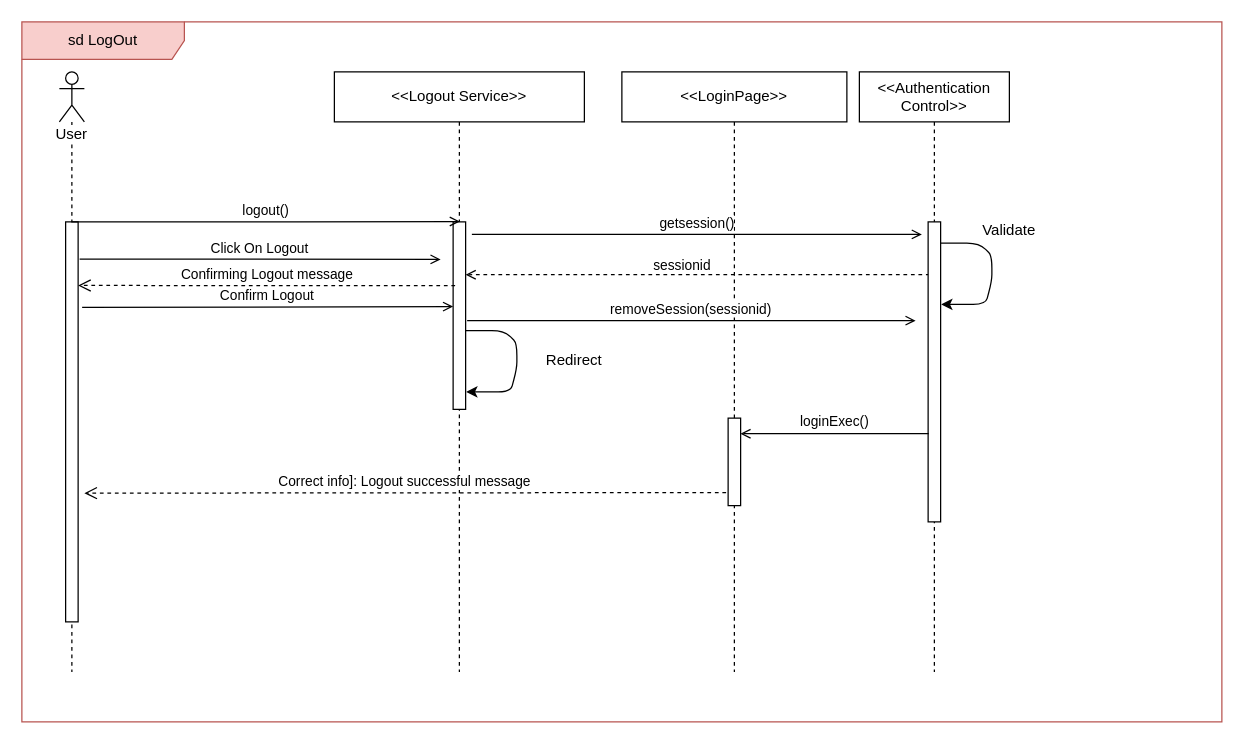
Above: page "LogOut-SD" (2 of 22) of SequenceDiagram/Middleware_CarBaMaSequenceDiagram.drawio in MelvinMo/CarBaMa_Automotive-Sale-Application (draw.io), before the change. Source tidied: cells renumbered, new cells numbered last; positions are measured from the earlier drawing's top-left corner, leaving out a move shared by most shapes. Both pictures are drawn from the tidied source at 125%, with x=0, y=0 at pixel (21, 21).
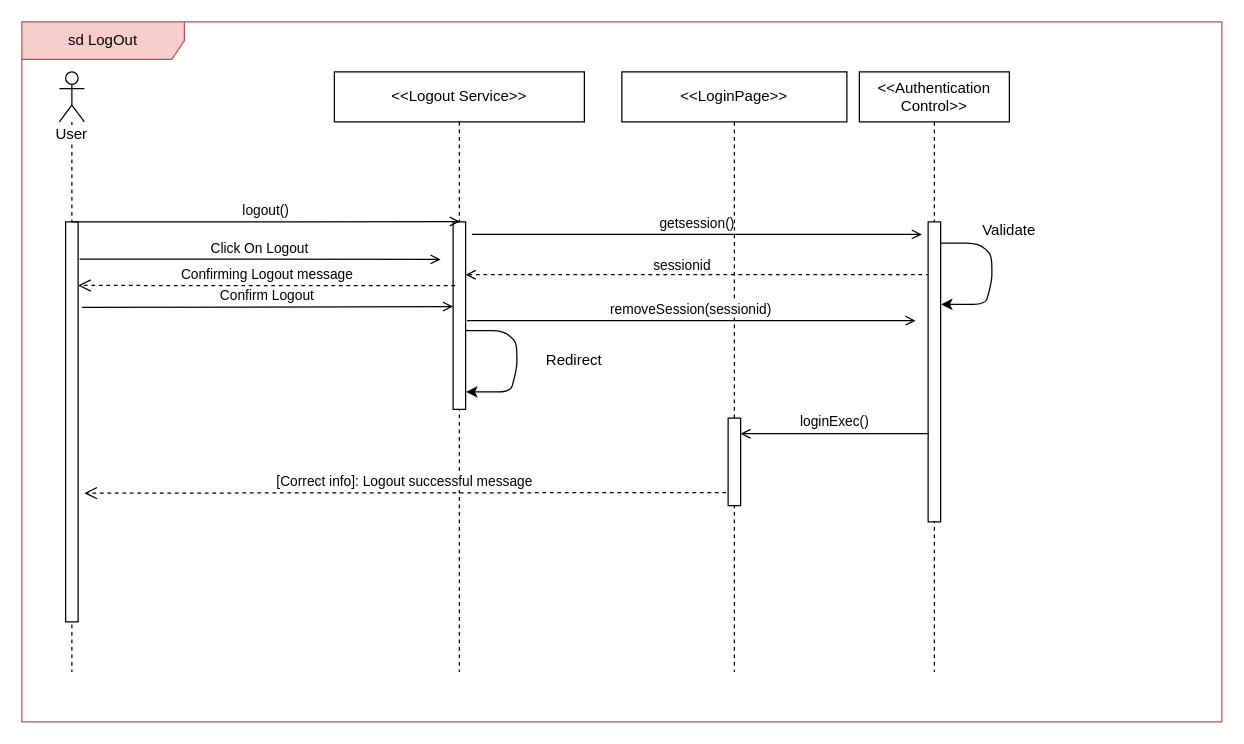
After the change.

Unchanged cells that the change refers to:
```xml
<mxCell id="5" value="&amp;lt;&amp;lt;Logout Service&amp;gt;&amp;gt;" style="shape=umlLifeline;perimeter=lifelinePerimeter;whiteSpace=wrap;html=1;" parent="1" vertex="1">
  <mxGeometry x="250" y="40" width="200" height="480" as="geometry" />
</mxCell>
<mxCell id="10" style="html=1;points=[];perimeter=orthogonalPerimeter;" parent="9" vertex="1">
  <mxGeometry x="85" y="277" width="10" height="70" as="geometry" />
</mxCell>
```

The edit, as a diff of the source:
```diff
@@
-    <mxCell id="7" value="Correct info]: Logout successful message" style="html=1;verticalAlign=bottom;endArrow=open;dashed=1;endSize=8;exitX=-0.16;exitY=0.851;exitDx=0;exitDy=0;exitPerimeter=0;" parent="5" edge="1" source="10">
+    <mxCell id="7" value="[Correct info]: Logout successful message" style="html=1;verticalAlign=bottom;endArrow=open;dashed=1;endSize=8;exitX=-0.16;exitY=0.851;exitDx=0;exitDy=0;exitPerimeter=0;" parent="5" edge="1" source="10">
       <mxGeometry relative="1" as="geometry">
         <mxPoint x="-200" y="337" as="targetPoint" />
       </mxGeometry>
     </mxCell>
```
